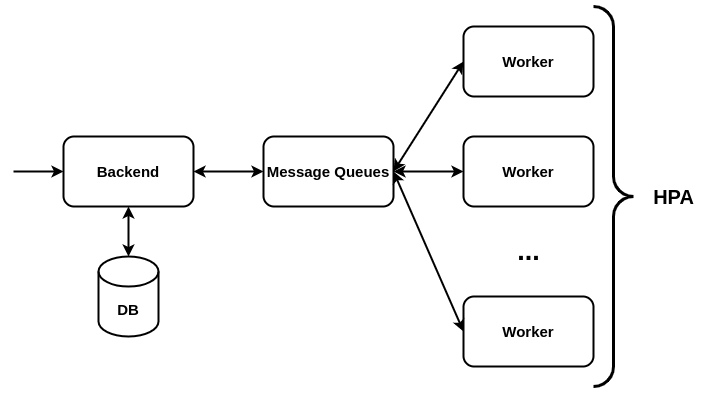
Earlier version of the draw.io export docs/figures/sample_app_arch.png (martonorova/msc-onlab). Source tidied: cells renumbered, new cells last; positions are measured from the earlier drawing's top-left corner, leaving out a move shared by most shapes. Source of this version:
```xml
<mxGraphModel>
  <root>
    <mxCell id="0" />
    <mxCell id="1" parent="0" />
    <mxCell id="2" style="edgeStyle=orthogonalEdgeStyle;rounded=0;jettySize=auto;html=1;strokeWidth=2;startArrow=classic;startFill=1;endArrow=classic;endFill=1;" parent="1" edge="1" source="4" target="6">
      <mxGeometry relative="1" as="geometry" />
    </mxCell>
    <mxCell id="3" style="edgeStyle=orthogonalEdgeStyle;rounded=0;jettySize=auto;html=1;startArrow=classic;startFill=1;endArrow=classic;endFill=1;strokeWidth=2;" parent="1" edge="1" source="4" target="8">
      <mxGeometry relative="1" as="geometry" />
    </mxCell>
    <mxCell id="4" value="&lt;font style=&quot;font-size: 15px;&quot;&gt;Backend&lt;/font&gt;" style="rounded=1;whiteSpace=wrap;html=1;fontStyle=1;strokeWidth=2;fontSize=15;" parent="1" vertex="1">
      <mxGeometry x="50" y="130" width="130" height="70" as="geometry" />
    </mxCell>
    <mxCell id="5" style="edgeStyle=orthogonalEdgeStyle;rounded=0;jettySize=auto;html=1;strokeWidth=2;startArrow=classic;startFill=1;" parent="1" edge="1" source="6" target="7">
      <mxGeometry relative="1" as="geometry">
        <Array as="points">
          <mxPoint x="400" y="165" />
          <mxPoint x="400" y="165" />
        </Array>
      </mxGeometry>
    </mxCell>
    <mxCell id="6" value="Message Queues" style="rounded=1;whiteSpace=wrap;html=1;fontStyle=1;strokeWidth=2;fontSize=15;" parent="1" vertex="1">
      <mxGeometry x="250" y="130" width="130" height="70" as="geometry" />
    </mxCell>
    <mxCell id="7" value="Worker" style="rounded=1;whiteSpace=wrap;html=1;fontStyle=1;strokeWidth=2;fontSize=15;" parent="1" vertex="1">
      <mxGeometry x="450" y="130" width="130" height="70" as="geometry" />
    </mxCell>
    <mxCell id="8" value="DB" style="shape=cylinder3;whiteSpace=wrap;html=1;boundedLbl=1;backgroundOutline=1;size=15;strokeWidth=2;fontStyle=1;fontSize=15;" parent="1" vertex="1">
      <mxGeometry x="85" y="250" width="60" height="80" as="geometry" />
    </mxCell>
    <mxCell id="9" style="endArrow=classic;html=1;rounded=0;strokeWidth=2;" parent="1" edge="1" target="4">
      <mxGeometry relative="1" as="geometry">
        <mxPoint y="165" as="sourcePoint" />
      </mxGeometry>
    </mxCell>
    <mxCell id="10" value="Worker" style="rounded=1;whiteSpace=wrap;html=1;fontStyle=1;strokeWidth=2;fontSize=15;" parent="1" vertex="1">
      <mxGeometry x="450" y="20" width="130" height="70" as="geometry" />
    </mxCell>
    <mxCell id="11" value="Worker" style="rounded=1;whiteSpace=wrap;html=1;fontStyle=1;strokeWidth=2;fontSize=15;" parent="1" vertex="1">
      <mxGeometry x="450" y="290" width="130" height="70" as="geometry" />
    </mxCell>
    <mxCell id="12" value="..." style="text;html=1;align=center;verticalAlign=middle;strokeColor=none;fillColor=none;fontStyle=1;fontSize=27;" parent="1" vertex="1">
      <mxGeometry x="495" y="225" width="40" height="40" as="geometry" />
    </mxCell>
    <mxCell id="13" style="rounded=0;jettySize=auto;html=1;strokeWidth=2;startArrow=classic;startFill=1;exitX=1;exitY=0.5;exitDx=0;exitDy=0;entryX=0;entryY=0.5;entryDx=0;entryDy=0;" parent="1" edge="1" source="6" target="10">
      <mxGeometry relative="1" as="geometry" />
    </mxCell>
    <mxCell id="14" style="rounded=0;jettySize=auto;html=1;strokeWidth=2;startArrow=classic;startFill=1;exitX=1;exitY=0.5;exitDx=0;exitDy=0;entryX=0;entryY=0.5;entryDx=0;entryDy=0;" parent="1" edge="1" source="6" target="11">
      <mxGeometry relative="1" as="geometry" />
    </mxCell>
    <mxCell id="15" style="labelPosition=right;align=left;strokeWidth=3;shape=mxgraph.mockup.markup.curlyBrace;html=1;shadow=0;dashed=0;strokeColor=#000000;direction=north;fontSize=27;rotation=-180;" parent="1" vertex="1">
      <mxGeometry x="580" width="40" height="380" as="geometry" />
    </mxCell>
    <mxCell id="16" value="HPA" style="text;html=1;align=center;verticalAlign=middle;strokeColor=none;fillColor=none;fontSize=20;fontStyle=1;" parent="1" vertex="1">
      <mxGeometry x="630" y="175" width="60" height="30" as="geometry" />
    </mxCell>
  </root>
</mxGraphModel>
```
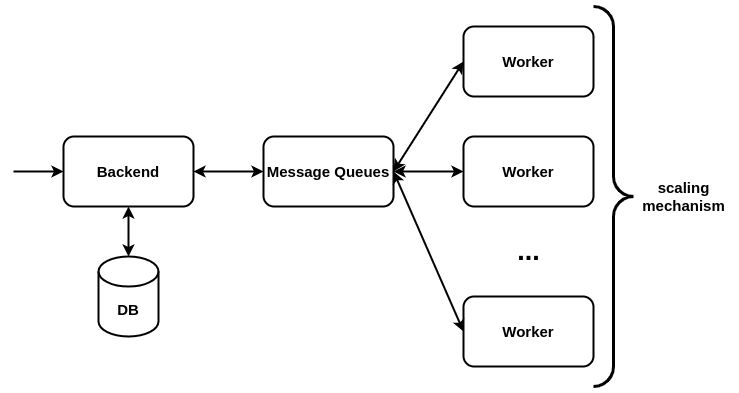
After the commit.

The edit, as a diff of the source:
```diff
@@ -51,8 +51,8 @@
     <mxCell id="15" style="labelPosition=right;align=left;strokeWidth=3;shape=mxgraph.mockup.markup.curlyBrace;html=1;shadow=0;dashed=0;strokeColor=#000000;direction=north;fontSize=27;rotation=-180;" parent="1" vertex="1">
       <mxGeometry x="580" width="40" height="380" as="geometry" />
     </mxCell>
-    <mxCell id="16" value="HPA" style="text;html=1;align=center;verticalAlign=middle;strokeColor=none;fillColor=none;fontSize=20;fontStyle=1;" parent="1" vertex="1">
-      <mxGeometry x="630" y="175" width="60" height="30" as="geometry" />
+    <mxCell id="16" value="scaling&lt;br style=&quot;font-size: 15px;&quot;&gt;mechanism" style="text;html=1;align=center;verticalAlign=middle;strokeColor=none;fillColor=none;fontSize=15;fontStyle=1;" parent="1" vertex="1">
+      <mxGeometry x="620" y="170" width="100" height="40" as="geometry" />
     </mxCell>
   </root>
 </mxGraphModel>
```
